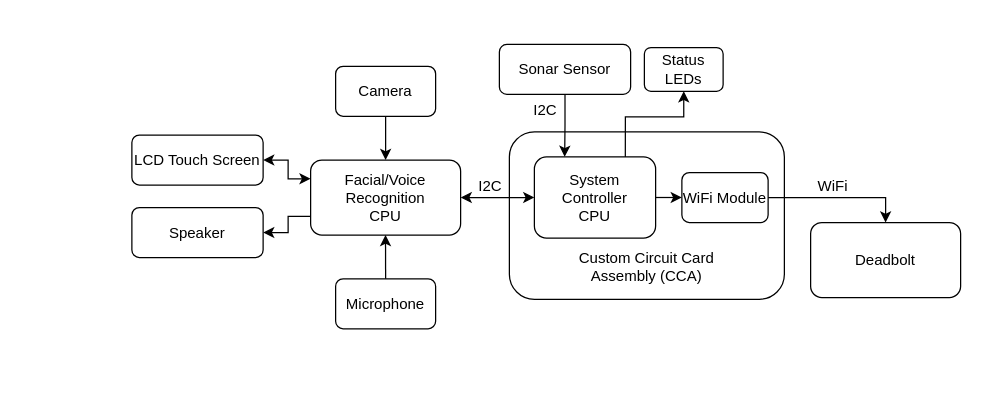
The draw.io diagram Untitled Diagram.drawio in zachJackovich/senior-design-top-level, before the edit. Source tidied: cells renumbered, new cells numbered last; positions are measured from the earlier drawing's top-left corner, leaving out a move shared by most shapes. Both pictures are drawn from the tidied source at 125%, with x=0, y=0 at pixel (131, 44).
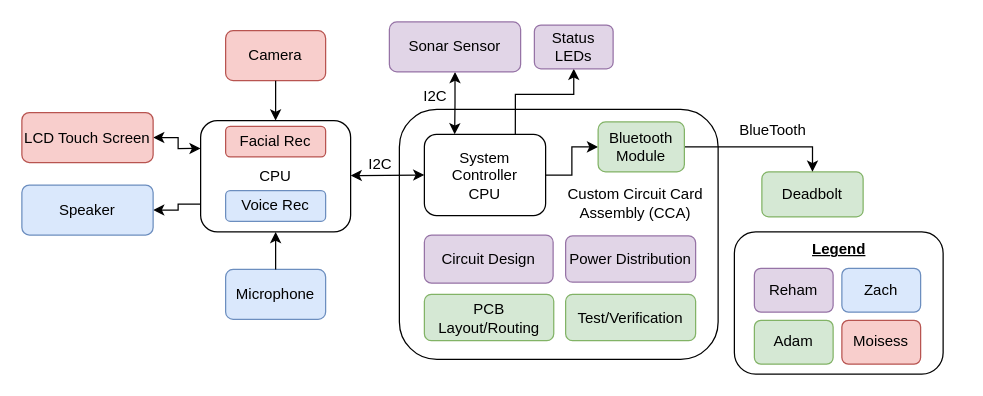
Above is the later version.

Commit message:
Senior Design System Block Diagram.drawio

The edit, as a diff of the source:
```diff
@@
-    <mxCell id="3" value="LCD Touch Screen" style="rounded=1;whiteSpace=wrap;html=1;" parent="1" vertex="1">
-      <mxGeometry y="72.5" width="105" height="40" as="geometry" />
+    <mxCell id="3" value="LCD Touch Screen" style="rounded=1;whiteSpace=wrap;html=1;fillColor=#f8cecc;strokeColor=#b85450;" parent="1" vertex="1">
+      <mxGeometry x="-88" y="54.5" width="105" height="40" as="geometry" />
     </mxCell>
     <mxCell id="4" style="rounded=1;whiteSpace=wrap;html=1;" parent="1" vertex="1">
-      <mxGeometry x="302" y="70" width="220" height="134" as="geometry" />
+      <mxGeometry x="214" y="52" width="255" height="200" as="geometry" />
     </mxCell>
     <mxCell id="5" style="edgeStyle=orthogonalEdgeStyle;rounded=0;jettySize=auto;html=1;exitX=0.75;exitY=0;exitDx=0;exitDy=0;entryX=0.5;entryY=1;entryDx=0;entryDy=0;startArrow=none;startFill=0;endArrow=classic;endFill=1;" parent="1" edge="1" source="7" target="18">
       <mxGeometry relative="1" as="geometry">
         <Array as="points">
-          <mxPoint x="395" y="58" />
-          <mxPoint x="442" y="58" />
+          <mxPoint x="307" y="40" />
+          <mxPoint x="354" y="40" />
         </Array>
       </mxGeometry>
     </mxCell>
@@
     <mxCell id="7" value="&lt;div&gt;System&lt;/div&gt;&lt;div&gt;Controller&lt;/div&gt;&lt;div&gt;CPU&lt;br&gt;&lt;/div&gt;" style="rounded=1;whiteSpace=wrap;html=1;" parent="1" vertex="1">
-      <mxGeometry x="322" y="90" width="97" height="65" as="geometry" />
+      <mxGeometry x="234" y="72" width="97" height="65" as="geometry" />
     </mxCell>
     <mxCell id="8" value="Custom Circuit Card Assembly (CCA)" style="text;html=1;strokeColor=none;fillColor=none;align=center;verticalAlign=middle;whiteSpace=wrap;rounded=0;" parent="1" vertex="1">
-      <mxGeometry x="337" y="167.5" width="150" height="20" as="geometry" />
+      <mxGeometry x="328" y="117" width="150" height="20" as="geometry" />
     </mxCell>
-    <mxCell id="9" value="&lt;div&gt;Facial/Voice Recognition&lt;/div&gt;&lt;div&gt;CPU&lt;/div&gt;" style="rounded=1;whiteSpace=wrap;html=1;" parent="1" vertex="1">
-      <mxGeometry x="143" y="92.5" width="120" height="60" as="geometry" />
+    <mxCell id="9" value="CPU" style="rounded=1;whiteSpace=wrap;html=1;" parent="1" vertex="1">
+      <mxGeometry x="55" y="61" width="120" height="89" as="geometry" />
     </mxCell>
-    <mxCell id="10" value="Camera" style="rounded=1;whiteSpace=wrap;html=1;" parent="1" vertex="1">
-      <mxGeometry x="163" y="17.5" width="80" height="40" as="geometry" />
+    <mxCell id="10" value="Camera" style="rounded=1;whiteSpace=wrap;html=1;fillColor=#f8cecc;strokeColor=#b85450;" parent="1" vertex="1">
+      <mxGeometry x="75" y="-11" width="80" height="40" as="geometry" />
     </mxCell>
-    <mxCell id="11" value="Microphone" style="rounded=1;whiteSpace=wrap;html=1;" parent="1" vertex="1">
-      <mxGeometry x="163" y="187.5" width="80" height="40" as="geometry" />
+    <mxCell id="11" value="Microphone" style="rounded=1;whiteSpace=wrap;html=1;fillColor=#dae8fc;strokeColor=#6c8ebf;" parent="1" vertex="1">
+      <mxGeometry x="75" y="180" width="80" height="40" as="geometry" />
     </mxCell>
-    <mxCell id="12" style="endArrow=classic;html=1;" parent="1" edge="1">
-      <mxGeometry relative="1" as="geometry">
-        <mxPoint x="203" y="187.5" as="sourcePoint" />
-        <mxPoint x="202.9" y="152.5" as="targetPoint" />
-      </mxGeometry>
+    <mxCell id="12" style="endArrow=classic;html=1;entryX=0.5;entryY=1;entryDx=0;entryDy=0;exitX=0.5;exitY=0;exitDx=0;exitDy=0;" parent="1" edge="1" source="11" target="9">
+      <mxGeometry relative="1" as="geometry" />
     </mxCell>
-    <mxCell id="13" style="endArrow=classic;html=1;entryX=0.5;entryY=0;entryDx=0;entryDy=0;" parent="1" edge="1" target="9">
-      <mxGeometry relative="1" as="geometry">
-        <mxPoint x="203" y="57.5" as="sourcePoint" />
-      </mxGeometry>
+    <mxCell id="13" style="endArrow=classic;html=1;entryX=0.5;entryY=0;entryDx=0;entryDy=0;exitX=0.5;exitY=1;exitDx=0;exitDy=0;" parent="1" edge="1" source="10" target="9">
+      <mxGeometry relative="1" as="geometry" />
     </mxCell>
@@
     <mxCell id="15" value="I2C" style="text;html=1;strokeColor=none;fillColor=none;align=center;verticalAlign=middle;whiteSpace=wrap;rounded=0;" parent="1" vertex="1">
-      <mxGeometry x="267" y="103.5" width="40" height="20" as="geometry" />
+      <mxGeometry x="179" y="85.5" width="40" height="20" as="geometry" />
     </mxCell>
-    <mxCell id="16" value="Deadbolt" style="rounded=1;whiteSpace=wrap;html=1;" parent="1" vertex="1">
-      <mxGeometry x="543" y="142.5" width="120" height="60" as="geometry" />
+    <mxCell id="16" value="Deadbolt" style="rounded=1;whiteSpace=wrap;html=1;fillColor=#d5e8d4;strokeColor=#82b366;" parent="1" vertex="1">
+      <mxGeometry x="504" y="102" width="81" height="36" as="geometry" />
     </mxCell>
-    <mxCell id="17" value="WiFi" style="text;html=1;strokeColor=none;fillColor=none;align=center;verticalAlign=middle;whiteSpace=wrap;rounded=0;" parent="1" vertex="1">
-      <mxGeometry x="541" y="103.5" width="40" height="20" as="geometry" />
+    <mxCell id="17" value="BlueTooth" style="text;html=1;strokeColor=none;fillColor=none;align=center;verticalAlign=middle;whiteSpace=wrap;rounded=0;" parent="1" vertex="1">
+      <mxGeometry x="493" y="59" width="40" height="20" as="geometry" />
     </mxCell>
-    <mxCell id="18" value="Status LEDs" style="rounded=1;whiteSpace=wrap;html=1;" parent="1" vertex="1">
-      <mxGeometry x="410" y="2.5" width="63" height="35" as="geometry" />
+    <mxCell id="18" value="Status LEDs" style="rounded=1;whiteSpace=wrap;html=1;fillColor=#e1d5e7;strokeColor=#9673a6;" parent="1" vertex="1">
+      <mxGeometry x="322" y="-15.5" width="63" height="35" as="geometry" />
     </mxCell>
-    <mxCell id="19" style="edgeStyle=orthogonalEdgeStyle;rounded=0;jettySize=auto;html=1;entryX=0.25;entryY=0;entryDx=0;entryDy=0;startArrow=none;startFill=0;endArrow=classic;endFill=1;" parent="1" edge="1" source="20" target="7">
+    <mxCell id="19" style="edgeStyle=orthogonalEdgeStyle;rounded=0;jettySize=auto;html=1;entryX=0.25;entryY=0;entryDx=0;entryDy=0;startArrow=classic;startFill=1;endArrow=classic;endFill=1;" parent="1" edge="1" source="20" target="7">
       <mxGeometry relative="1" as="geometry" />
     </mxCell>
-    <mxCell id="20" value="Sonar Sensor" style="rounded=1;whiteSpace=wrap;html=1;" parent="1" vertex="1">
-      <mxGeometry x="294" width="105" height="40" as="geometry" />
+    <mxCell id="20" value="Sonar Sensor" style="rounded=1;whiteSpace=wrap;html=1;fillColor=#e1d5e7;strokeColor=#9673a6;" parent="1" vertex="1">
+      <mxGeometry x="206" y="-18" width="105" height="40" as="geometry" />
     </mxCell>
     <mxCell id="21" value="I2C" style="text;html=1;strokeColor=none;fillColor=none;align=center;verticalAlign=middle;whiteSpace=wrap;rounded=0;" parent="1" vertex="1">
-      <mxGeometry x="311" y="43" width="40" height="20" as="geometry" />
+      <mxGeometry x="223" y="32" width="40" height="20" as="geometry" />
     </mxCell>
@@
-    <mxCell id="23" value="Speaker" style="rounded=1;whiteSpace=wrap;html=1;" parent="1" vertex="1">
-      <mxGeometry y="130.5" width="105" height="40" as="geometry" />
+    <mxCell id="23" value="Speaker" style="rounded=1;whiteSpace=wrap;html=1;fillColor=#dae8fc;strokeColor=#6c8ebf;" parent="1" vertex="1">
+      <mxGeometry x="-88" y="112.5" width="105" height="40" as="geometry" />
     </mxCell>
@@
-    <mxCell id="25" value="WiFi Module" style="rounded=1;whiteSpace=wrap;html=1;" parent="1" vertex="1">
-      <mxGeometry x="440" y="102.5" width="69" height="40" as="geometry" />
+    <mxCell id="25" value="Bluetooth Module" style="rounded=1;whiteSpace=wrap;html=1;fillColor=#d5e8d4;strokeColor=#82b366;" parent="1" vertex="1">
+      <mxGeometry x="373" y="62" width="69" height="40" as="geometry" />
     </mxCell>
@@
+    <mxCell id="27" value="Circuit Design" style="rounded=1;whiteSpace=wrap;html=1;fillColor=#e1d5e7;strokeColor=#9673a6;" parent="1" vertex="1">
+      <mxGeometry x="234" y="152.5" width="103" height="38.5" as="geometry" />
+    </mxCell>
+    <mxCell id="28" value="PCB Layout/Routing" style="rounded=1;whiteSpace=wrap;html=1;fillColor=#d5e8d4;strokeColor=#82b366;" parent="1" vertex="1">
+      <mxGeometry x="234" y="200" width="103.5" height="37" as="geometry" />
+    </mxCell>
+    <mxCell id="29" value="Test/Verification" style="rounded=1;whiteSpace=wrap;html=1;fillColor=#d5e8d4;strokeColor=#82b366;" parent="1" vertex="1">
+      <mxGeometry x="347" y="200" width="104" height="37" as="geometry" />
+    </mxCell>
+    <mxCell id="30" value="Power Distribution" style="rounded=1;whiteSpace=wrap;html=1;fillColor=#e1d5e7;strokeColor=#9673a6;" parent="1" vertex="1">
+      <mxGeometry x="347" y="153.2" width="104" height="37" as="geometry" />
+    </mxCell>
+    <mxCell id="31" value="Facial Rec" style="rounded=1;whiteSpace=wrap;html=1;fillColor=#f8cecc;strokeColor=#b85450;" parent="1" vertex="1">
+      <mxGeometry x="75" y="65.5" width="80" height="24.5" as="geometry" />
+    </mxCell>
+    <mxCell id="32" value="Voice Rec" style="rounded=1;whiteSpace=wrap;html=1;fillColor=#dae8fc;strokeColor=#6c8ebf;" parent="1" vertex="1">
+      <mxGeometry x="75" y="117" width="80" height="24.5" as="geometry" />
+    </mxCell>
+    <mxCell id="33" value="&lt;div align=&quot;center&quot;&gt;&lt;br&gt;&lt;/div&gt;" style="rounded=1;whiteSpace=wrap;html=1;" parent="1" vertex="1">
+      <mxGeometry x="482" y="150" width="167" height="113.8" as="geometry" />
+    </mxCell>
+    <mxCell id="34" value="Reham" style="rounded=1;whiteSpace=wrap;html=1;fillColor=#e1d5e7;strokeColor=#9673a6;" parent="1" vertex="1">
+      <mxGeometry x="498" y="179.2" width="63" height="35" as="geometry" />
+    </mxCell>
+    <mxCell id="35" value="Adam" style="rounded=1;whiteSpace=wrap;html=1;fillColor=#d5e8d4;strokeColor=#82b366;" parent="1" vertex="1">
+      <mxGeometry x="498" y="220.8" width="63" height="35" as="geometry" />
+    </mxCell>
+    <mxCell id="36" value="Zach" style="rounded=1;whiteSpace=wrap;html=1;fillColor=#dae8fc;strokeColor=#6c8ebf;" parent="1" vertex="1">
+      <mxGeometry x="568" y="179.2" width="63" height="35" as="geometry" />
+    </mxCell>
+    <mxCell id="37" value="Moisess" style="rounded=1;whiteSpace=wrap;html=1;fillColor=#f8cecc;strokeColor=#b85450;" parent="1" vertex="1">
+      <mxGeometry x="568" y="220.8" width="63" height="35" as="geometry" />
+    </mxCell>
+    <mxCell id="38" value="Legend" style="text;html=1;strokeColor=none;fillColor=none;align=center;verticalAlign=middle;whiteSpace=wrap;rounded=0;fontStyle=5;" parent="1" vertex="1">
+      <mxGeometry x="534.5" y="153.8" width="62" height="20" as="geometry" />
+    </mxCell>
```
